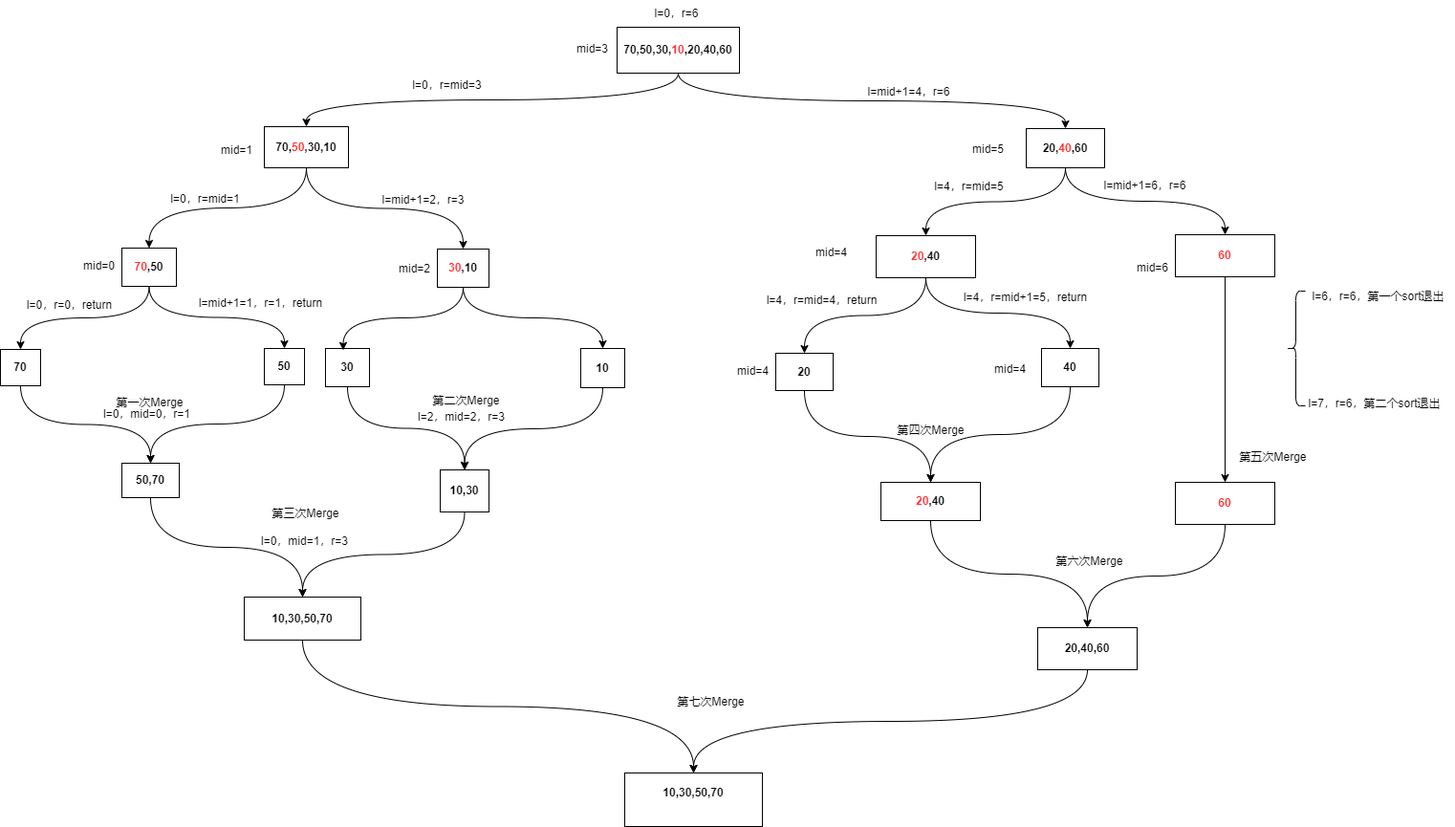
wjb0823/drawio keeps this draw.io diagram as AlgorithmsAndDataStructures/归并算法.drawio.png. Above is the earlier version. Source tidied: cells renumbered, new cells last; positions are measured from the earlier drawing's top-left corner, leaving out a move shared by most shapes.
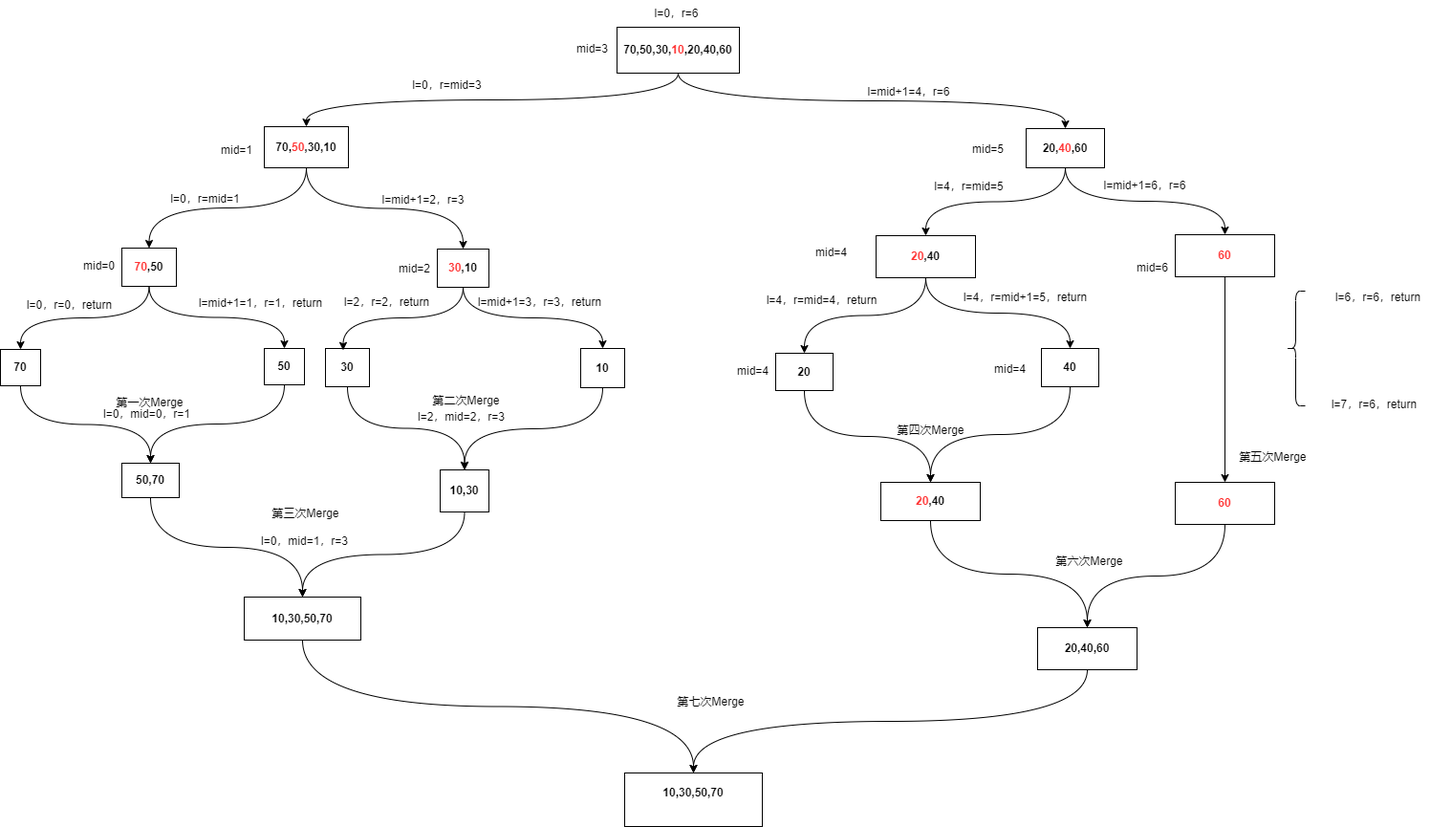
The same diagram one commit later.

Commit message:
更新归并算法.drawio.png

Diff of the diagram source:
```diff
@@ -50,11 +50,11 @@
     <mxCell id="17" value="l=0，r=mid=1" style="text;html=1;align=center;verticalAlign=middle;strokeColor=none;fillColor=none;" parent="1" vertex="1">
       <mxGeometry x="166" y="194" width="96" height="28" as="geometry" />
     </mxCell>
-    <mxCell id="18" value="l=6，r=6，第一个sort退出" style="text;html=1;align=center;verticalAlign=middle;strokeColor=none;fillColor=none;" parent="1" vertex="1">
-      <mxGeometry x="1361" y="296" width="160" height="28" as="geometry" />
+    <mxCell id="18" value="l=6，r=6，return" style="text;html=1;align=center;verticalAlign=middle;strokeColor=none;fillColor=none;" parent="1" vertex="1">
+      <mxGeometry x="1387" y="297" width="108" height="27" as="geometry" />
     </mxCell>
-    <mxCell id="19" value="l=7，r=6，第二个sort退出" style="text;html=1;align=center;verticalAlign=middle;strokeColor=none;fillColor=none;" parent="1" vertex="1">
-      <mxGeometry x="1357" y="408" width="160" height="28" as="geometry" />
+    <mxCell id="19" value="l=7，r=6，return" style="text;html=1;align=center;verticalAlign=middle;strokeColor=none;fillColor=none;" parent="1" vertex="1">
+      <mxGeometry x="1383" y="409" width="108" height="27" as="geometry" />
     </mxCell>
     <mxCell id="20" style="edgeStyle=orthogonalEdgeStyle;rounded=0;jettySize=auto;html=1;entryX=0.5;entryY=0;entryDx=0;entryDy=0;curved=1;exitX=0.5;exitY=1;exitDx=0;exitDy=0;" parent="1" edge="1" source="21" target="25">
       <mxGeometry relative="1" as="geometry" />
@@ -236,5 +236,11 @@
     <mxCell id="79" value="l=0，mid=1，r=3" style="text;html=1;align=center;verticalAlign=middle;strokeColor=none;fillColor=none;" parent="1" vertex="1">
       <mxGeometry x="263" y="552" width="110" height="27" as="geometry" />
     </mxCell>
+    <mxCell id="80" value="l=2，r=2，return" style="text;html=1;align=center;verticalAlign=middle;strokeColor=none;fillColor=none;" parent="1" vertex="1">
+      <mxGeometry x="350" y="302" width="108" height="27" as="geometry" />
+    </mxCell>
+    <mxCell id="81" value="l=mid+1=3，r=3，return" style="text;html=1;align=center;verticalAlign=middle;strokeColor=none;fillColor=none;" parent="1" vertex="1">
+      <mxGeometry x="490" y="302" width="148" height="27" as="geometry" />
+    </mxCell>
   </root>
 </mxGraphModel>
```
